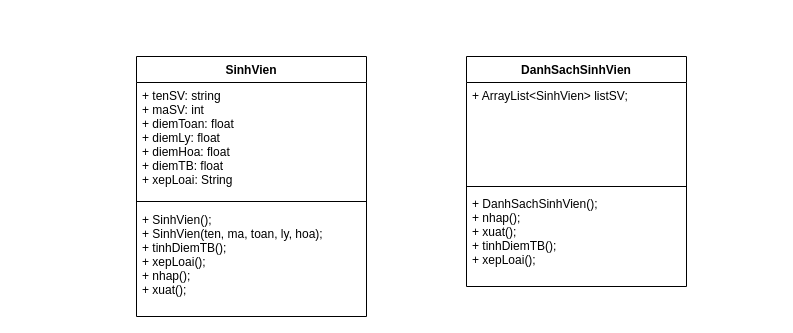
Earlier version of the draw.io diagram QuanLySV_Ver1.drawio (hidetoshi93/UML_Cyberlearn). Source tidied: cells renumbered, new cells numbered last; positions are measured from the earlier drawing's top-left corner, leaving out a move shared by most shapes. Both pictures are drawn from the tidied source at 100%, with x=0, y=0 at pixel (136, 56).
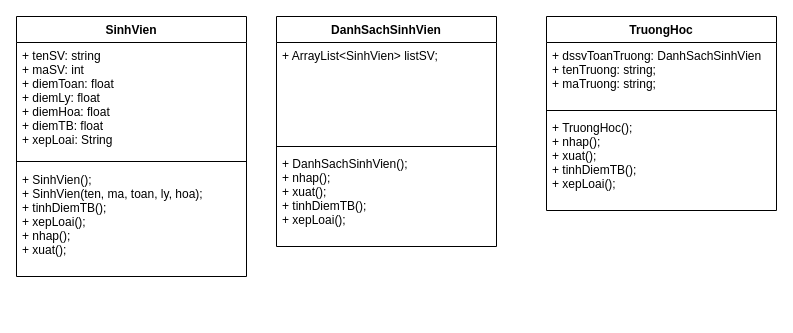
The same diagram, later.

What changed in the source:
```diff
@@
 <mxGraphModel>
   <root>
     <mxCell id="0" />
     <mxCell id="1" parent="0" />
     <mxCell id="2" value="SinhVien" style="swimlane;fontStyle=1;align=center;verticalAlign=top;horizontal=1;startSize=26;" parent="1" vertex="1">
-      <mxGeometry width="230" height="260" as="geometry" />
+      <mxGeometry x="-120" y="-40" width="230" height="260" as="geometry" />
     </mxCell>
     <mxCell id="3" value="+ tenSV: string&#10;+ maSV: int&#10;+ diemToan: float&#10;+ diemLy: float&#10;+ diemHoa: float&#10;+ diemTB: float&#10;+ xepLoai: String" style="text;strokeColor=none;fillColor=none;align=left;verticalAlign=top;spacingLeft=4;spacingRight=4;overflow=hidden;" parent="2" vertex="1">
       <mxGeometry y="26" width="230" height="114" as="geometry" />
     </mxCell>
     <mxCell id="4" style="line;strokeWidth=1;fillColor=none;align=left;verticalAlign=middle;spacingTop=-1;spacingLeft=3;spacingRight=3;labelPosition=right;" parent="2" vertex="1">
       <mxGeometry y="140" width="230" height="10" as="geometry" />
     </mxCell>
     <mxCell id="5" value="+ SinhVien();&#10;+ SinhVien(ten, ma, toan, ly, hoa);&#10;+ tinhDiemTB();&#10;+ xepLoai();&#10;+ nhap();&#10;+ xuat();" style="text;strokeColor=none;fillColor=none;align=left;verticalAlign=top;spacingLeft=4;spacingRight=4;overflow=hidden;" parent="2" vertex="1">
       <mxGeometry y="150" width="230" height="110" as="geometry" />
     </mxCell>
     <mxCell id="6" value="DanhSachSinhVien" style="swimlane;fontStyle=1;align=center;verticalAlign=top;horizontal=1;startSize=26;" parent="1" vertex="1">
-      <mxGeometry x="330" width="220" height="230" as="geometry" />
+      <mxGeometry x="140" y="-40" width="220" height="230" as="geometry" />
     </mxCell>
     <mxCell id="7" value="+ ArrayList&lt;SinhVien&gt; listSV;" style="text;strokeColor=none;fillColor=none;align=left;verticalAlign=top;spacingLeft=4;spacingRight=4;overflow=hidden;" parent="6" vertex="1">
       <mxGeometry y="26" width="220" height="100" as="geometry" />
     </mxCell>
     <mxCell id="8" style="line;strokeWidth=1;fillColor=none;align=left;verticalAlign=middle;spacingTop=-1;spacingLeft=3;spacingRight=3;labelPosition=right;" parent="6" vertex="1">
       <mxGeometry y="126" width="220" height="8" as="geometry" />
     </mxCell>
     <mxCell id="9" value="+ DanhSachSinhVien();&#10;+ nhap();&#10;+ xuat();&#10;+ tinhDiemTB();&#10;+ xepLoai();&#10;" style="text;strokeColor=none;fillColor=none;align=left;verticalAlign=top;spacingLeft=4;spacingRight=4;overflow=hidden;" parent="6" vertex="1">
       <mxGeometry y="134" width="220" height="96" as="geometry" />
     </mxCell>
+    <mxCell id="10" value="TruongHoc" style="swimlane;fontStyle=1;align=center;verticalAlign=top;horizontal=1;startSize=26;" parent="1" vertex="1">
+      <mxGeometry x="410" y="-40" width="230" height="194" as="geometry" />
+    </mxCell>
+    <mxCell id="11" value="+ dssvToanTruong: DanhSachSinhVien &#10;+ tenTruong: string;&#10;+ maTruong: string;" style="text;strokeColor=none;fillColor=none;align=left;verticalAlign=top;spacingLeft=4;spacingRight=4;overflow=hidden;" parent="10" vertex="1">
+      <mxGeometry y="26" width="230" height="64" as="geometry" />
+    </mxCell>
+    <mxCell id="12" style="line;strokeWidth=1;fillColor=none;align=left;verticalAlign=middle;spacingTop=-1;spacingLeft=3;spacingRight=3;labelPosition=right;" parent="10" vertex="1">
+      <mxGeometry y="90" width="230" height="8" as="geometry" />
+    </mxCell>
+    <mxCell id="13" value="+ TruongHoc();&#10;+ nhap();&#10;+ xuat();&#10;+ tinhDiemTB();&#10;+ xepLoai();" style="text;strokeColor=none;fillColor=none;align=left;verticalAlign=top;spacingLeft=4;spacingRight=4;overflow=hidden;" parent="10" vertex="1">
+      <mxGeometry y="98" width="230" height="96" as="geometry" />
+    </mxCell>
+    <mxCell id="14" style="line;strokeWidth=1;fillColor=none;align=left;verticalAlign=middle;spacingTop=-1;spacingLeft=3;spacingRight=3;labelPosition=right;" parent="10" vertex="1">
+      <mxGeometry y="194" width="230" as="geometry" />
+    </mxCell>
   </root>
 </mxGraphModel>
```
